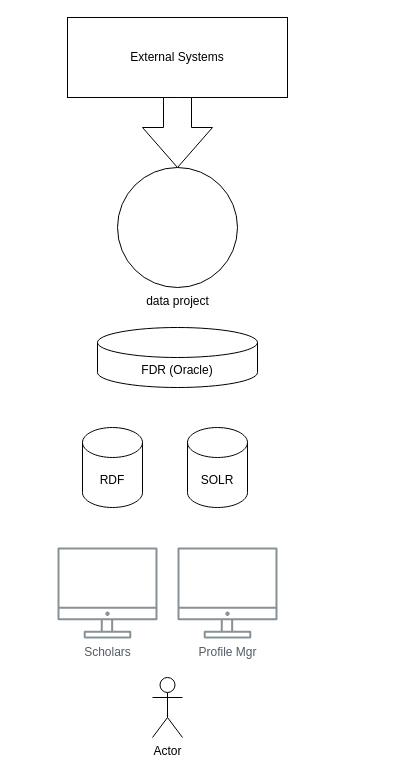
Before: Untitled Diagram.drawio in tibbs001/scholars, a draw.io diagram. Source tidied: cells renumbered, new cells numbered last; positions are measured from the earlier drawing's top-left corner, leaving out a move shared by most shapes. Both pictures are drawn from the tidied source at 100%, with x=0, y=0 at pixel (57, 17).
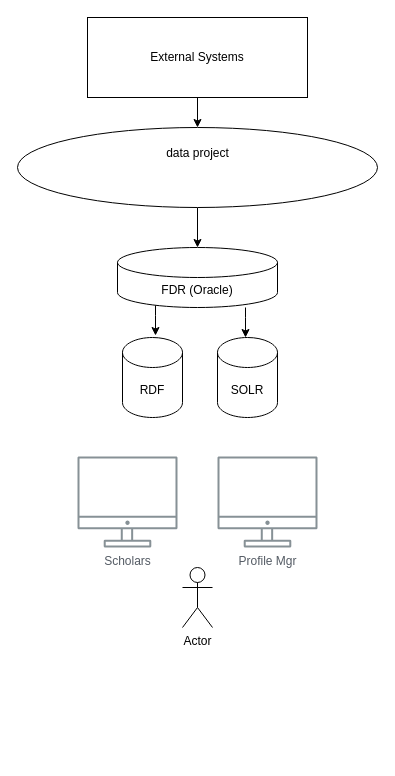
The same page after the edit.

Commit message (it also covers changes not shown here):
Scholars Data Flow.drawio

Change to the diagram source:
```diff
@@
 <mxGraphModel>
   <root>
     <mxCell id="0" />
     <mxCell id="1" parent="0" />
+    <mxCell id="11" style="edgeStyle=orthogonalEdgeStyle;rounded=0;jettySize=auto;html=1;" parent="1" edge="1" source="2" target="9">
+      <mxGeometry relative="1" as="geometry" />
+    </mxCell>
-    <mxCell id="2" value="&lt;div&gt;data project&lt;/div&gt;&lt;div&gt;&lt;br&gt;&lt;br&gt;&lt;/div&gt;" style="verticalLabelPosition=bottom;verticalAlign=top;html=1;shape=mxgraph.flowchart.on-page_reference;" parent="1" vertex="1">
-      <mxGeometry x="60" y="150" width="120" height="120" as="geometry" />
+    <mxCell id="2" value="&lt;div&gt;data project&lt;/div&gt;&lt;div&gt;&lt;br&gt;&lt;br&gt;&lt;/div&gt;" style="verticalLabelPosition=middle;verticalAlign=middle;html=1;shape=mxgraph.flowchart.on-page_reference;fontStyle=0;horizontal=1;labelPosition=center;align=center;" parent="1" vertex="1">
+      <mxGeometry x="-40" y="110" width="360" height="80" as="geometry" />
     </mxCell>
+    <mxCell id="12" style="edgeStyle=orthogonalEdgeStyle;rounded=0;jettySize=auto;html=1;exitX=0.5;exitY=1;exitDx=0;exitDy=0;entryX=0.5;entryY=0;entryDx=0;entryDy=0;entryPerimeter=0;" parent="1" edge="1" source="3" target="2">
+      <mxGeometry relative="1" as="geometry" />
+    </mxCell>
     <mxCell id="3" value="External Systems" style="rounded=0;whiteSpace=wrap;html=1;" parent="1" vertex="1">
-      <mxGeometry x="10" width="220" height="80" as="geometry" />
+      <mxGeometry x="30" width="220" height="80" as="geometry" />
     </mxCell>
     <mxCell id="4" value="RDF" style="shape=cylinder3;whiteSpace=wrap;html=1;boundedLbl=1;backgroundOutline=1;size=15;" parent="1" vertex="1">
-      <mxGeometry x="25" y="410" width="60" height="80" as="geometry" />
+      <mxGeometry x="65" y="320" width="60" height="80" as="geometry" />
     </mxCell>
     <mxCell id="5" value="SOLR" style="shape=cylinder3;whiteSpace=wrap;html=1;boundedLbl=1;backgroundOutline=1;size=15;" parent="1" vertex="1">
-      <mxGeometry x="130" y="410" width="60" height="80" as="geometry" />
+      <mxGeometry x="160" y="320" width="60" height="80" as="geometry" />
     </mxCell>
     <mxCell id="6" value="Actor" style="shape=umlActor;verticalLabelPosition=bottom;verticalAlign=top;html=1;" parent="1" vertex="1">
-      <mxGeometry x="95" y="660" width="30" height="60" as="geometry" />
+      <mxGeometry x="125" y="550" width="30" height="60" as="geometry" />
     </mxCell>
     <mxCell id="7" value="Scholars" style="sketch=0;gradientColor=none;fontColor=#545B64;strokeColor=none;fillColor=#879196;dashed=0;verticalLabelPosition=bottom;verticalAlign=top;align=center;html=1;fontSize=12;fontStyle=0;shape=mxgraph.aws4.illustration_desktop;" parent="1" vertex="1">
-      <mxGeometry y="530" width="100" height="91" as="geometry" />
+      <mxGeometry x="20" y="439" width="100" height="91" as="geometry" />
     </mxCell>
     <mxCell id="8" value="Profile Mgr" style="sketch=0;gradientColor=none;fontColor=#545B64;strokeColor=none;fillColor=#879196;dashed=0;verticalLabelPosition=bottom;verticalAlign=top;align=center;html=1;fontSize=12;fontStyle=0;shape=mxgraph.aws4.illustration_desktop;" parent="1" vertex="1">
-      <mxGeometry x="120" y="530" width="100" height="91" as="geometry" />
+      <mxGeometry x="160" y="439" width="100" height="91" as="geometry" />
     </mxCell>
     <mxCell id="9" value="FDR (Oracle)" style="shape=cylinder3;whiteSpace=wrap;html=1;boundedLbl=1;backgroundOutline=1;size=15;" parent="1" vertex="1">
-      <mxGeometry x="40" y="310" width="160" height="60" as="geometry" />
+      <mxGeometry x="60" y="230" width="160" height="60" as="geometry" />
     </mxCell>
-    <mxCell id="10" style="html=1;shadow=0;dashed=0;align=center;verticalAlign=middle;shape=mxgraph.arrows2.arrow;dy=0.6;dx=40;direction=south;notch=0;" parent="1" vertex="1">
-      <mxGeometry x="85" y="80" width="70" height="70" as="geometry" />
-    </mxCell>
+    <mxCell id="13" style="edgeStyle=orthogonalEdgeStyle;rounded=0;orthogonalLoop=1;jettySize=auto;html=1;exitX=0.5;exitY=1;exitDx=0;exitDy=0;entryX=0.5;entryY=0;entryDx=0;entryDy=0;entryPerimeter=0;" parent="1" edge="1">
+      <mxGeometry relative="1" as="geometry">
+        <mxPoint x="98" y="288" as="sourcePoint" />
+        <mxPoint x="98" y="318" as="targetPoint" />
+        <Array as="points">
+          <mxPoint x="98" y="298" />
+          <mxPoint x="98" y="298" />
+        </Array>
+      </mxGeometry>
+    </mxCell>
+    <mxCell id="14" style="edgeStyle=orthogonalEdgeStyle;rounded=0;orthogonalLoop=1;jettySize=auto;html=1;exitX=0.5;exitY=1;exitDx=0;exitDy=0;entryX=0.5;entryY=0;entryDx=0;entryDy=0;entryPerimeter=0;" parent="1" edge="1">
+      <mxGeometry relative="1" as="geometry">
+        <mxPoint x="188" y="290" as="sourcePoint" />
+        <mxPoint x="188" y="320" as="targetPoint" />
+        <Array as="points">
+          <mxPoint x="188" y="300" />
+          <mxPoint x="188" y="300" />
+        </Array>
+      </mxGeometry>
+    </mxCell>
   </root>
 </mxGraphModel>
```
